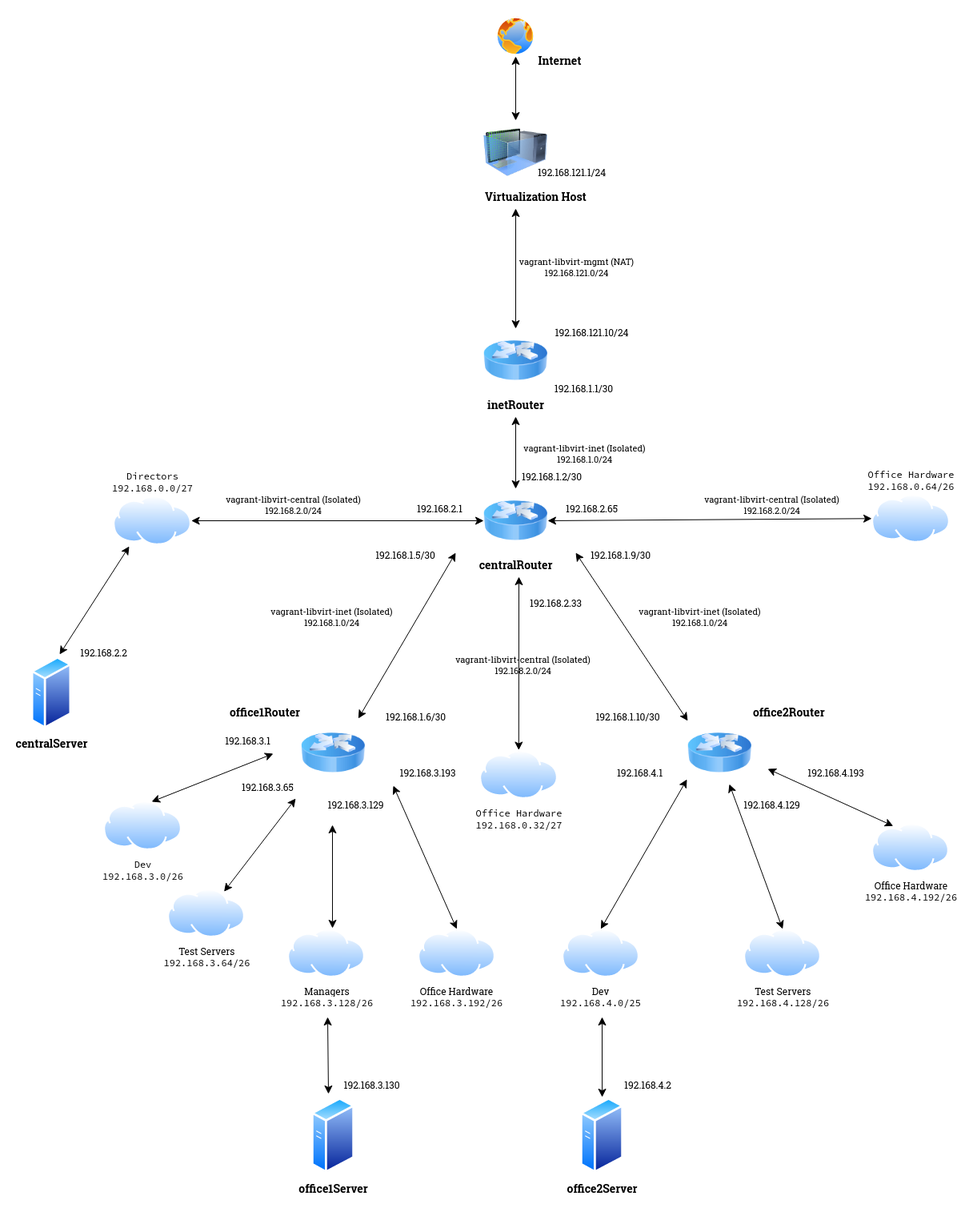
Above: MyNetworks.drawio.png in spanishairman/networksdebian (draw.io), before the change. Source tidied: cells renumbered, new cells last; positions are measured from the earlier drawing's top-left corner, leaving out a move shared by most shapes.
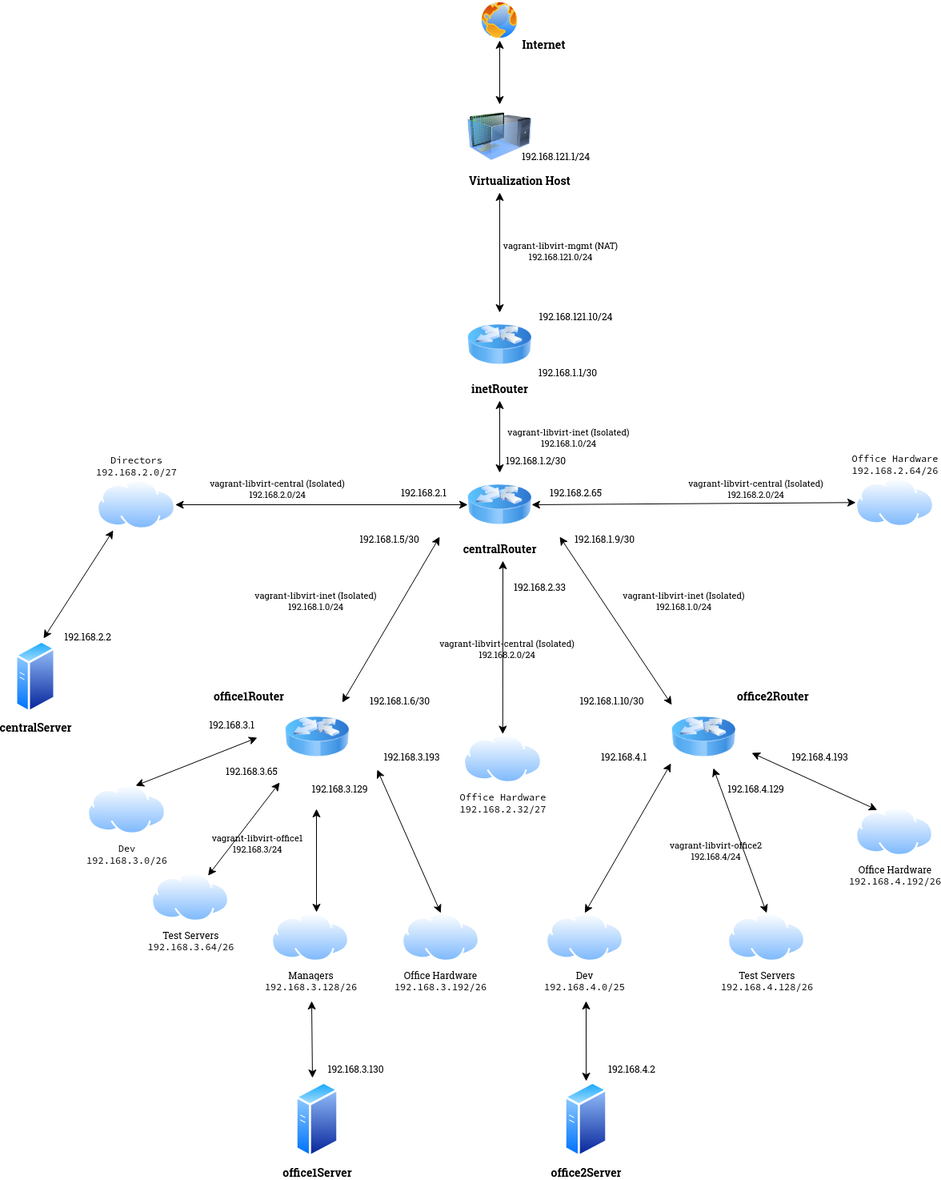
Later version of the same file.

What changed in the source:
```diff
@@ -179,13 +179,13 @@
     <mxCell id="52" value="Internet" style="text;html=1;align=center;verticalAlign=middle;strokeColor=none;fillColor=none;fontStyle=1;fontSize=14;" parent="1" vertex="1">
       <mxGeometry x="620" y="40" width="80" height="30" as="geometry" />
     </mxCell>
-    <mxCell id="53" value="&lt;div&gt;&lt;span style=&quot;font-family:monospace&quot;&gt;&lt;span style=&quot;color:#000000;background-color:#ffffff;&quot;&gt;Directors&lt;br&gt;&lt;/span&gt;&lt;/span&gt;&lt;/div&gt;&lt;div&gt;&lt;span style=&quot;font-family:monospace&quot;&gt;&lt;span style=&quot;color:#000000;background-color:#ffffff;&quot;&gt;192.168.0.0/27&lt;/span&gt;&lt;/span&gt;&lt;/div&gt;&lt;div&gt;&lt;span style=&quot;font-family:monospace&quot;&gt;&lt;/span&gt;&lt;/div&gt;" style="image;perimeter=ellipsePerimeter;html=1;align=center;shadow=0;dashed=0;spacingTop=3;image=img/lib/active_directory/internet_cloud.svg;labelPosition=center;verticalLabelPosition=top;verticalAlign=bottom;" parent="1" vertex="1">
+    <mxCell id="53" value="&lt;div&gt;&lt;span style=&quot;font-family:monospace&quot;&gt;&lt;span style=&quot;color:#000000;background-color:#ffffff;&quot;&gt;Directors&lt;br&gt;&lt;/span&gt;&lt;/span&gt;&lt;/div&gt;&lt;div&gt;&lt;span style=&quot;font-family:monospace&quot;&gt;&lt;span style=&quot;color:#000000;background-color:#ffffff;&quot;&gt;192.168.2.0/27&lt;/span&gt;&lt;/span&gt;&lt;/div&gt;&lt;div&gt;&lt;span style=&quot;font-family:monospace&quot;&gt;&lt;/span&gt;&lt;/div&gt;" style="image;perimeter=ellipsePerimeter;html=1;align=center;shadow=0;dashed=0;spacingTop=3;image=img/lib/active_directory/internet_cloud.svg;labelPosition=center;verticalLabelPosition=top;verticalAlign=bottom;" parent="1" vertex="1">
       <mxGeometry x="102" y="599.2" width="97.6" height="61.5" as="geometry" />
     </mxCell>
-    <mxCell id="54" value="&lt;div&gt;&lt;span style=&quot;font-family:monospace&quot;&gt;&lt;span style=&quot;color:#000000;background-color:#ffffff;&quot;&gt;Office Hardware&lt;br&gt;&lt;/span&gt;&lt;/span&gt;&lt;/div&gt;&lt;div&gt;&lt;span style=&quot;font-family:monospace&quot;&gt;&lt;span style=&quot;color:#000000;background-color:#ffffff;&quot;&gt;192.168.0.64/26&lt;/span&gt;&lt;/span&gt;&lt;/div&gt;&lt;div&gt;&lt;span style=&quot;font-family:monospace&quot;&gt;&lt;/span&gt;&lt;/div&gt;" style="image;perimeter=ellipsePerimeter;html=1;align=center;shadow=0;dashed=0;spacingTop=3;image=img/lib/active_directory/internet_cloud.svg;labelPosition=center;verticalLabelPosition=top;verticalAlign=bottom;" parent="1" vertex="1">
+    <mxCell id="54" value="&lt;div&gt;&lt;span style=&quot;font-family:monospace&quot;&gt;&lt;span style=&quot;color:#000000;background-color:#ffffff;&quot;&gt;Office Hardware&lt;br&gt;&lt;/span&gt;&lt;/span&gt;&lt;/div&gt;&lt;div&gt;&lt;span style=&quot;font-family:monospace&quot;&gt;&lt;span style=&quot;color:#000000;background-color:#ffffff;&quot;&gt;192.168.2.64/26&lt;/span&gt;&lt;/span&gt;&lt;/div&gt;&lt;div&gt;&lt;span style=&quot;font-family:monospace&quot;&gt;&lt;/span&gt;&lt;/div&gt;" style="image;perimeter=ellipsePerimeter;html=1;align=center;shadow=0;dashed=0;spacingTop=3;image=img/lib/active_directory/internet_cloud.svg;labelPosition=center;verticalLabelPosition=top;verticalAlign=bottom;" parent="1" vertex="1">
       <mxGeometry x="1050" y="596.5" width="97.6" height="61.5" as="geometry" />
     </mxCell>
-    <mxCell id="55" value="&lt;div&gt;&lt;span style=&quot;font-family:monospace&quot;&gt;&lt;span style=&quot;color:#000000;background-color:#ffffff;&quot;&gt;Office Hardware&lt;br&gt;&lt;/span&gt;&lt;/span&gt;&lt;/div&gt;&lt;div&gt;&lt;span style=&quot;font-family:monospace&quot;&gt;&lt;span style=&quot;color:#000000;background-color:#ffffff;&quot;&gt;192.168.0.32/27&lt;/span&gt;&lt;/span&gt;&lt;/div&gt;&lt;div&gt;&lt;span style=&quot;font-family:monospace&quot;&gt;&lt;/span&gt;&lt;/div&gt;" style="image;perimeter=ellipsePerimeter;html=1;align=center;shadow=0;dashed=0;spacingTop=3;image=img/lib/active_directory/internet_cloud.svg;" parent="1" vertex="1">
+    <mxCell id="55" value="&lt;div&gt;&lt;span style=&quot;font-family:monospace&quot;&gt;&lt;span style=&quot;color:#000000;background-color:#ffffff;&quot;&gt;Office Hardware&lt;br&gt;&lt;/span&gt;&lt;/span&gt;&lt;/div&gt;&lt;div&gt;&lt;span style=&quot;font-family:monospace&quot;&gt;&lt;span style=&quot;color:#000000;background-color:#ffffff;&quot;&gt;192.168.2.32/27&lt;/span&gt;&lt;/span&gt;&lt;/div&gt;&lt;div&gt;&lt;span style=&quot;font-family:monospace&quot;&gt;&lt;/span&gt;&lt;/div&gt;" style="image;perimeter=ellipsePerimeter;html=1;align=center;shadow=0;dashed=0;spacingTop=3;image=img/lib/active_directory/internet_cloud.svg;" parent="1" vertex="1">
       <mxGeometry x="560" y="916.5" width="97.6" height="61.5" as="geometry" />
     </mxCell>
     <mxCell id="56" style="edgeStyle=none;jettySize=auto;html=1;endArrow=classic;startArrow=classic;endSize=8;startSize=8;rounded=0;exitX=1;exitY=0.5;exitDx=0;exitDy=0;entryX=0;entryY=0.5;entryDx=0;entryDy=0;" parent="1" edge="1" source="53" target="10">
@@ -226,5 +226,11 @@
     <mxCell id="67" value="192.168.2.2" style="text;html=1;align=center;verticalAlign=middle;strokeColor=none;fillColor=none;" parent="1" vertex="1">
       <mxGeometry x="50.4" y="780" width="80" height="30" as="geometry" />
     </mxCell>
+    <mxCell id="68" value="&lt;div style=&quot;font-size: 11px;&quot;&gt;&lt;font style=&quot;font-size: 11px;&quot;&gt;vagrant-libvirt-office1&lt;/font&gt;&lt;/div&gt;&lt;div style=&quot;font-size: 11px;&quot;&gt;&lt;font style=&quot;font-size: 11px;&quot;&gt;192.168.3/24&lt;font style=&quot;font-size: 11px;&quot;&gt;&lt;br&gt;&lt;/font&gt;&lt;/font&gt;&lt;/div&gt;" style="text;html=1;align=center;verticalAlign=middle;strokeColor=none;fillColor=none;" parent="1" vertex="1">
+      <mxGeometry x="232" y="1033" width="140" height="40" as="geometry" />
+    </mxCell>
+    <mxCell id="69" value="&lt;div style=&quot;font-size: 11px;&quot;&gt;&lt;font style=&quot;font-size: 11px;&quot;&gt;vagrant-libvirt-office2&lt;/font&gt;&lt;/div&gt;&lt;div style=&quot;font-size: 11px;&quot;&gt;&lt;font style=&quot;font-size: 11px;&quot;&gt;192.168.4/24&lt;br&gt;&lt;/font&gt;&lt;/div&gt;" style="text;html=1;align=center;verticalAlign=middle;strokeColor=none;fillColor=none;" parent="1" vertex="1">
+      <mxGeometry x="805" y="1041.5" width="140" height="40" as="geometry" />
+    </mxCell>
   </root>
 </mxGraphModel>
```
